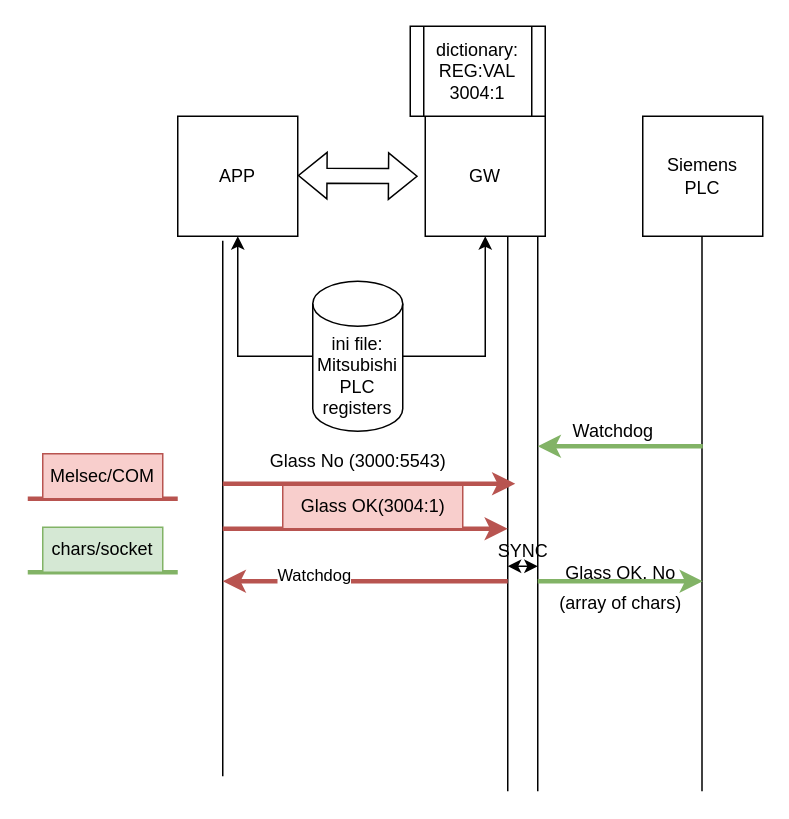
Earlier version of the draw.io diagram page "architecture" (4 of 4) of GW Inspection.drawio (megavad/Diagrams). Source tidied: cells renumbered, new cells numbered last; positions are measured from the earlier drawing's top-left corner, leaving out a move shared by most shapes. Both pictures are drawn from the tidied source at 150%, with x=0, y=0 at pixel (27, 26).
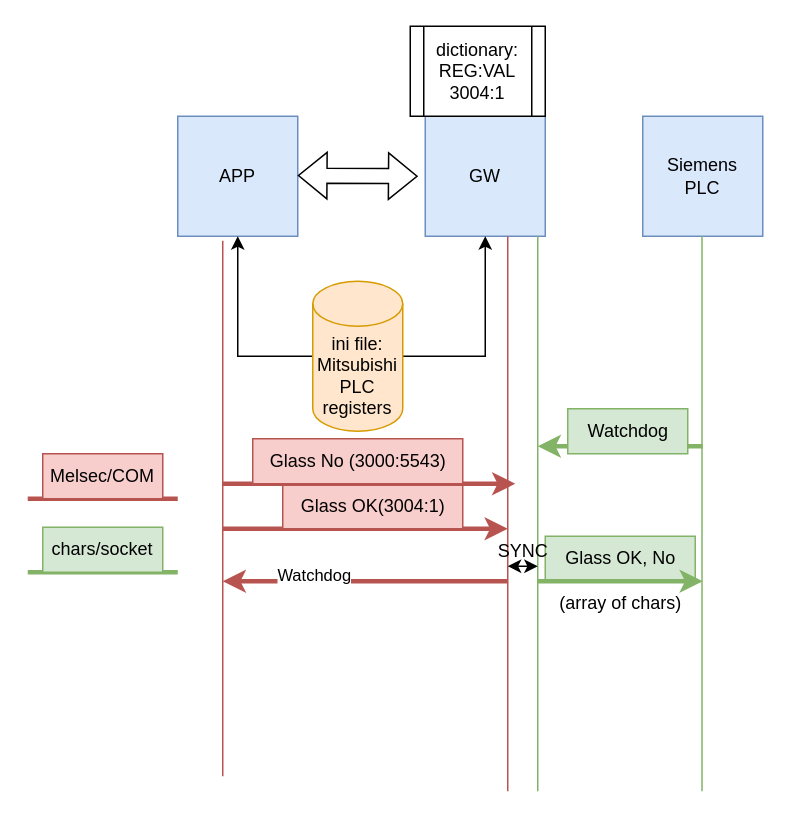
After the change.

Diff of the diagram source:
```diff
@@
-    <mxCell id="2" value="APP" style="whiteSpace=wrap;html=1;" parent="1" vertex="1">
+    <mxCell id="2" value="APP" style="whiteSpace=wrap;html=1;fillColor=#dae8fc;strokeColor=#6c8ebf;" parent="1" vertex="1">
       <mxGeometry x="100" y="60" width="80" height="80" as="geometry" />
     </mxCell>
-    <mxCell id="3" value="GW" style="whiteSpace=wrap;html=1;" parent="1" vertex="1">
+    <mxCell id="3" value="GW" style="whiteSpace=wrap;html=1;fillColor=#dae8fc;strokeColor=#6c8ebf;" parent="1" vertex="1">
       <mxGeometry x="265" y="60" width="80" height="80" as="geometry" />
     </mxCell>
@@
-    <mxCell id="7" value="ini file: Mitsubishi PLC&lt;br&gt;registers" style="shape=cylinder3;whiteSpace=wrap;html=1;boundedLbl=1;backgroundOutline=1;size=15;" parent="1" vertex="1">
+    <mxCell id="7" value="ini file: Mitsubishi PLC&lt;br&gt;registers" style="shape=cylinder3;whiteSpace=wrap;html=1;boundedLbl=1;backgroundOutline=1;size=15;fillColor=#ffe6cc;strokeColor=#d79b00;" parent="1" vertex="1">
       <mxGeometry x="190" y="170" width="60" height="100" as="geometry" />
     </mxCell>
@@
-    <mxCell id="9" value="Siemens&lt;br&gt;PLC" style="whiteSpace=wrap;html=1;" parent="1" vertex="1">
+    <mxCell id="9" value="Siemens&lt;br&gt;PLC" style="whiteSpace=wrap;html=1;fillColor=#dae8fc;strokeColor=#6c8ebf;" parent="1" vertex="1">
       <mxGeometry x="410" y="60" width="80" height="80" as="geometry" />
     </mxCell>
-    <mxCell id="10" style="endArrow=none;html=1;rounded=0;strokeColor=#000000;strokeWidth=1;" parent="1" edge="1">
+    <mxCell id="10" style="endArrow=none;html=1;rounded=0;strokeColor=#b85450;strokeWidth=1;fillColor=#f8cecc;" parent="1" edge="1">
       <mxGeometry relative="1" as="geometry">
         <mxPoint x="320" y="510" as="sourcePoint" />
         <mxPoint x="320" y="140" as="targetPoint" />
         <Array as="points">
           <mxPoint x="320" y="250" />
         </Array>
       </mxGeometry>
     </mxCell>
-    <mxCell id="11" style="endArrow=none;html=1;rounded=0;strokeColor=#000000;strokeWidth=1;entryX=0.375;entryY=1.038;entryDx=0;entryDy=0;entryPerimeter=0;" parent="1" edge="1" target="2">
+    <mxCell id="11" style="endArrow=none;html=1;rounded=0;strokeColor=#b85450;strokeWidth=1;entryX=0.375;entryY=1.038;entryDx=0;entryDy=0;entryPerimeter=0;fillColor=#f8cecc;" parent="1" edge="1" target="2">
       <mxGeometry relative="1" as="geometry">
         <mxPoint x="130" y="500" as="sourcePoint" />
       </mxGeometry>
     </mxCell>
@@
-    <mxCell id="14" style="endArrow=none;html=1;rounded=0;strokeColor=#000000;strokeWidth=1;" parent="1" edge="1">
+    <mxCell id="14" style="endArrow=none;html=1;rounded=0;strokeColor=#82b366;strokeWidth=1;fillColor=#d5e8d4;" parent="1" edge="1">
       <mxGeometry relative="1" as="geometry">
         <mxPoint x="340" y="510" as="sourcePoint" />
         <mxPoint x="340" y="140" as="targetPoint" />
       </mxGeometry>
     </mxCell>
-    <mxCell id="15" style="endArrow=none;html=1;rounded=0;strokeColor=#000000;strokeWidth=1;" parent="1" edge="1">
+    <mxCell id="15" style="endArrow=none;html=1;rounded=0;strokeColor=#82b366;strokeWidth=1;fillColor=#d5e8d4;" parent="1" edge="1">
       <mxGeometry relative="1" as="geometry">
         <mxPoint x="449.5" y="510" as="sourcePoint" />
         <mxPoint x="449.5" y="140" as="targetPoint" />
       </mxGeometry>
     </mxCell>
@@
-    <mxCell id="17" value="Watchdog" style="text;html=1;align=center;verticalAlign=middle;strokeColor=none;fillColor=none;" parent="1" vertex="1">
-      <mxGeometry x="350" y="255" width="80" height="30" as="geometry" />
+    <mxCell id="17" value="Watchdog" style="text;html=1;align=center;verticalAlign=middle;strokeColor=#82b366;fillColor=#d5e8d4;" parent="1" vertex="1">
+      <mxGeometry x="360" y="255" width="80" height="30" as="geometry" />
     </mxCell>
@@
-    <mxCell id="20" value="Glass OK, No" style="text;html=1;align=center;verticalAlign=middle;strokeColor=none;fillColor=none;" parent="1" vertex="1">
-      <mxGeometry x="345" y="350" width="100" height="30" as="geometry" />
+    <mxCell id="20" value="Glass OK, No" style="text;html=1;align=center;verticalAlign=middle;strokeColor=#82b366;fillColor=#d5e8d4;" parent="1" vertex="1">
+      <mxGeometry x="345" y="340" width="100" height="30" as="geometry" />
     </mxCell>
@@
-    <mxCell id="26" value="Glass No (3000:5543)" style="text;html=1;align=center;verticalAlign=middle;strokeColor=none;fillColor=none;" parent="1" vertex="1">
+    <mxCell id="26" value="Glass No (3000:5543)" style="text;html=1;align=center;verticalAlign=middle;strokeColor=#b85450;fillColor=#f8cecc;" parent="1" vertex="1">
       <mxGeometry x="150" y="275" width="140" height="30" as="geometry" />
     </mxCell>
```
